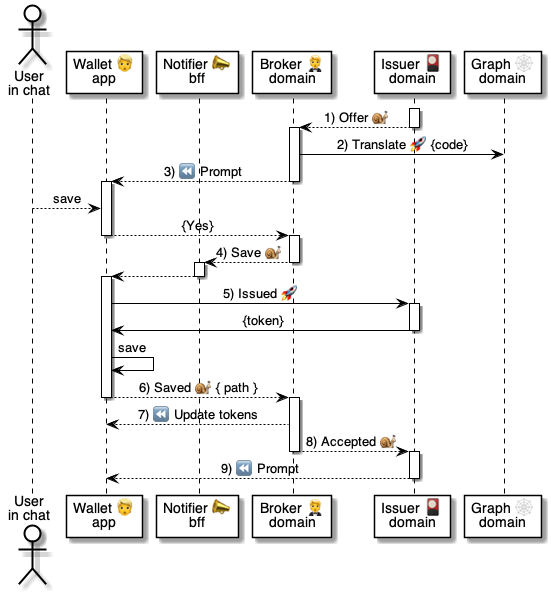
Earlier version of the PlantUML export 5 ⏩ Flows/60 🎴⏩ Issuers/.📎 Assets/⚙️ Offer.png (pollyweb-org/pollyweb-docs). Its source is kept beside it as 5 ⏩ Flows/60 🎴⏩ Issuers/.📎 Assets/⚙️ Offer.puml.
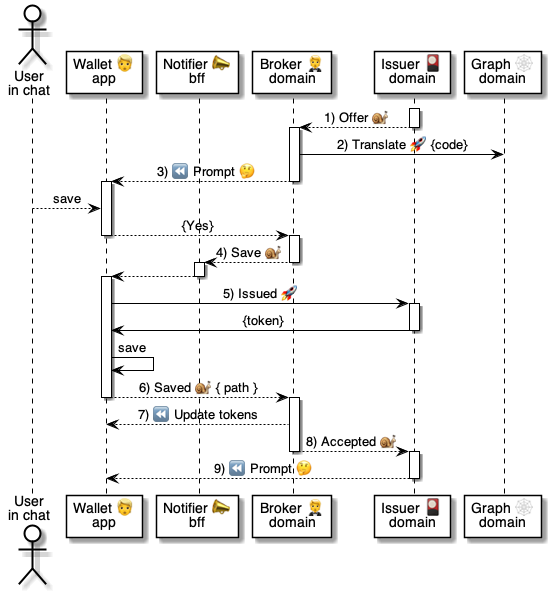
After the change.

What changed in the source:
```diff
@@ -14,7 +14,7 @@
 
 activate broker
     broker -> graph : 2) Translate 🚀 {code}
-    broker --> wallet: 3) ⏪ Prompt
+    broker --> wallet: 3) ⏪ Prompt 🤔
 deactivate broker
 
 activate wallet
@@ -46,7 +46,7 @@
 deactivate broker
 
 activate issuer
-    issuer --> wallet: 9) ⏪ Prompt
+    issuer --> wallet: 9) ⏪ Prompt 🤔
 deactivate issuer
 
 
```
